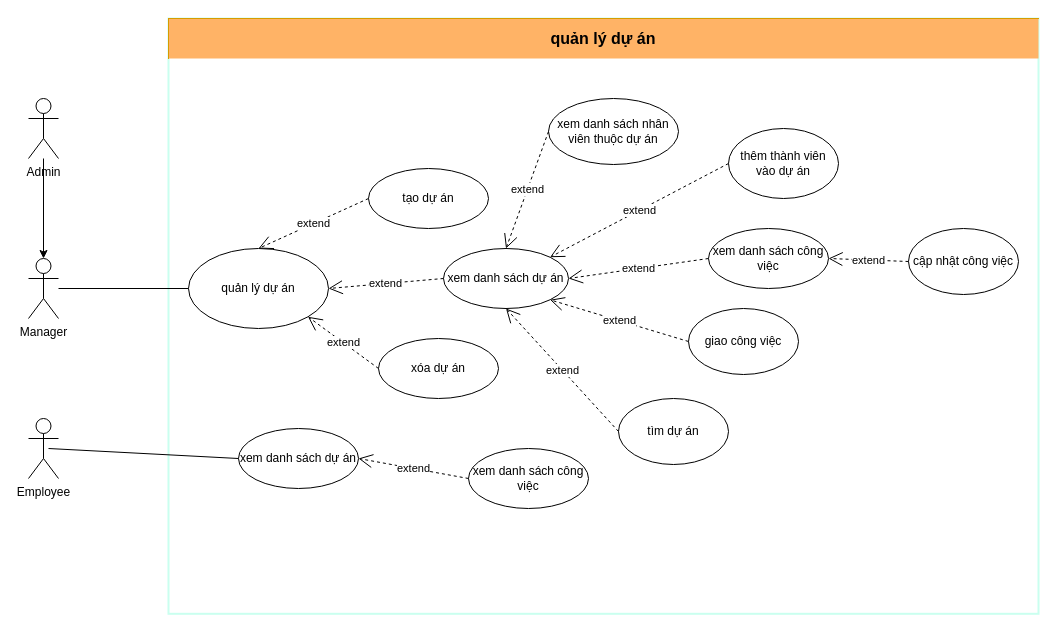
The draw.io diagram QuanLyDuAn.drawio in hoangda24312/Group4-DesigningSystem, before the edit. Source tidied: cells renumbered, new cells numbered last; positions are measured from the earlier drawing's top-left corner, leaving out a move shared by most shapes. Both pictures are drawn from the tidied source at 100%, with x=0, y=0 at pixel (28, 18).
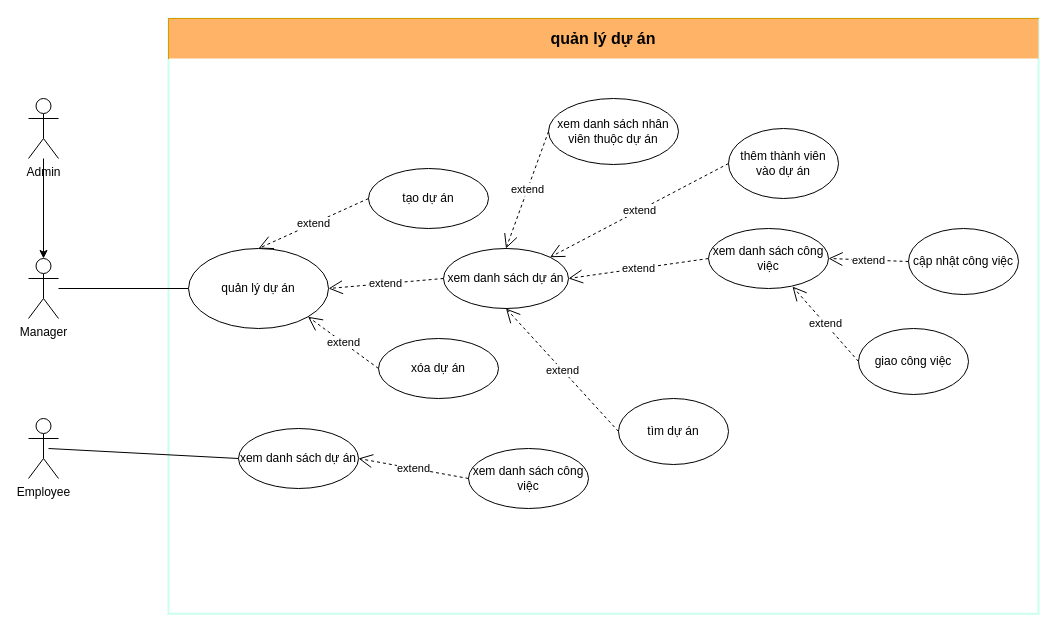
The same page after the edit.

The change refers to these unchanged cells:
```xml
<mxCell id="9" value="xem danh sách dự án" style="ellipse;whiteSpace=wrap;html=1;" parent="1" vertex="1">
  <mxGeometry x="415" y="230" width="125" height="60" as="geometry" />
</mxCell>
<mxCell id="27" value="xem danh sách công việc" style="ellipse;whiteSpace=wrap;html=1;" parent="1" vertex="1">
  <mxGeometry x="680" y="210" width="120" height="60" as="geometry" />
</mxCell>
```

Diff of the diagram source:
```diff
@@
     <mxCell id="21" value="giao công việc" style="ellipse;whiteSpace=wrap;html=1;" parent="1" vertex="1">
-      <mxGeometry x="660" y="290" width="110" height="66" as="geometry" />
+      <mxGeometry x="830" y="310" width="110" height="66" as="geometry" />
     </mxCell>
@@
-    <mxCell id="23" value="extend" style="endArrow=open;endSize=12;dashed=1;html=1;exitX=0;exitY=0.5;exitDx=0;exitDy=0;entryX=1;entryY=1;entryDx=0;entryDy=0;" parent="1" edge="1" source="21" target="9">
+    <mxCell id="23" value="extend" style="endArrow=open;endSize=12;dashed=1;html=1;exitX=0;exitY=0.5;exitDx=0;exitDy=0;entryX=0.7;entryY=0.967;entryDx=0;entryDy=0;entryPerimeter=0;" parent="1" edge="1" source="21" target="27">
       <mxGeometry relative="1" as="geometry" />
     </mxCell>
```
